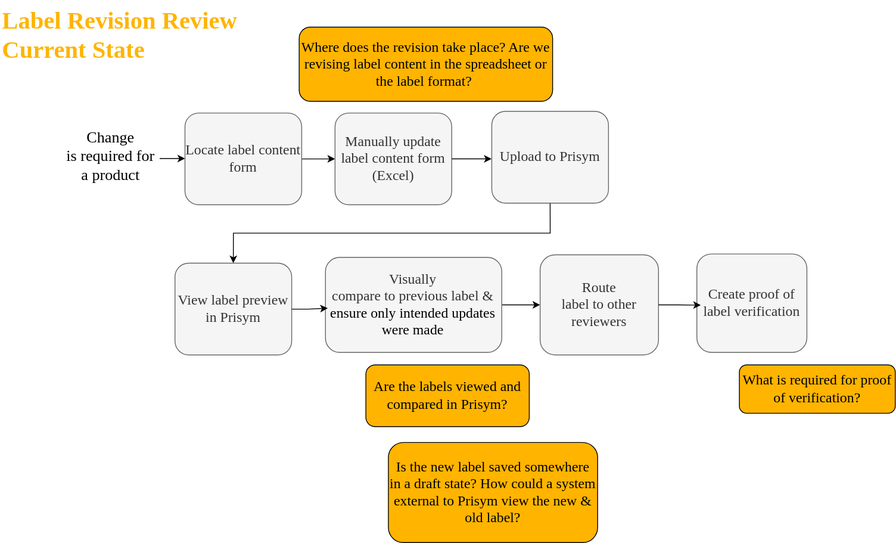
This is raw/Ortho Labeling Workflows.drawio.svg from keewonhong-slalom/StrykerFDE-Ortho, a draw.io export, as it was before one commit. Source tidied: cells renumbered, new cells last; positions are measured from the earlier drawing's top-left corner, leaving out a move shared by most shapes.
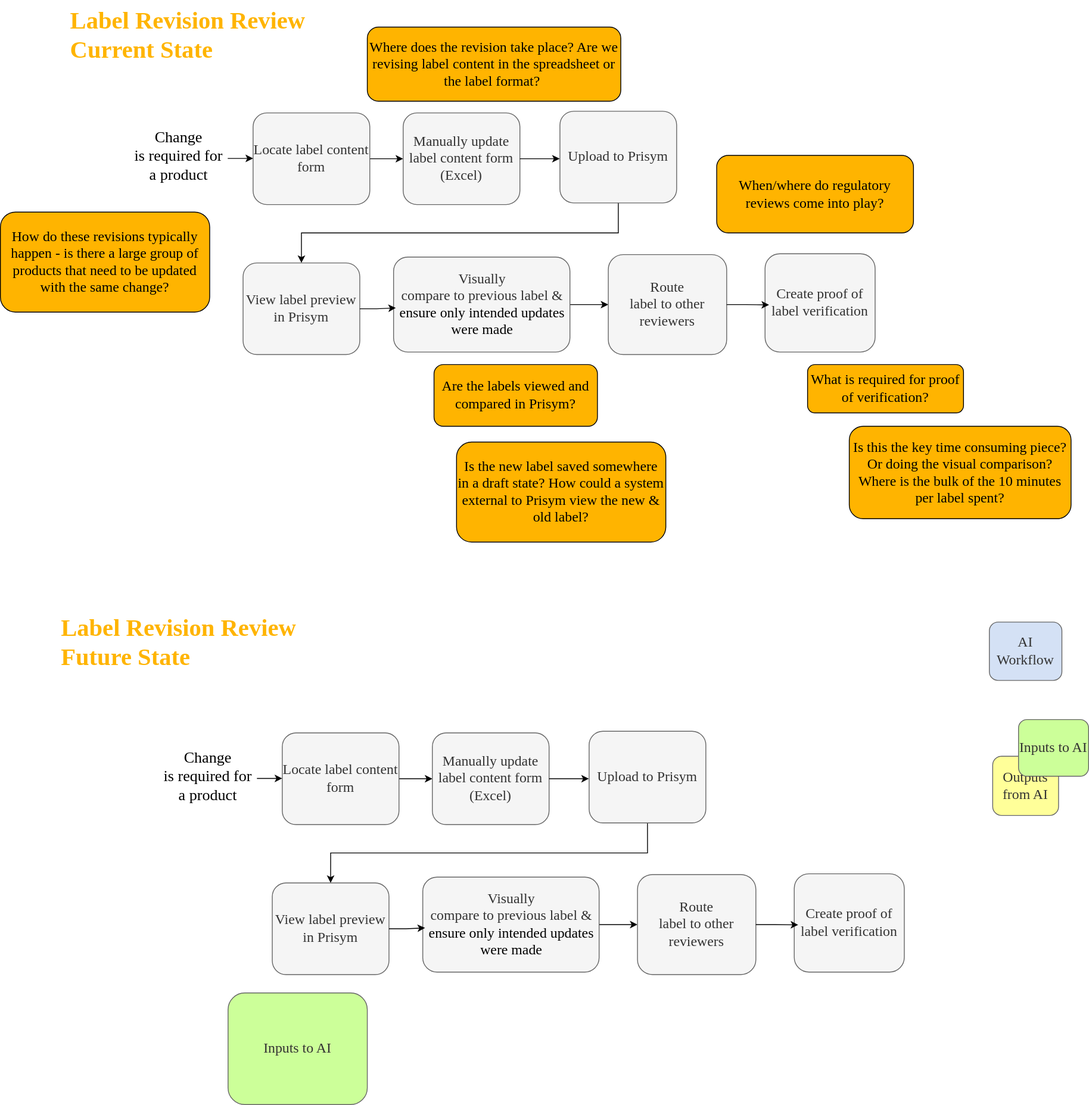
Later version of the same file.

Commit message:
vault backup: 2026-04-28 15:37:02

Affected files:
.obsidian/workspace.json
raw/Ortho Labeling Workflows.drawio.svg

Change to the diagram source:
```diff
@@ -62,5 +62,74 @@
     <mxCell id="21" value="Is the new label saved somewhere in a draft state? How could a system external to Prisym view the new &amp;amp; old label?" style="rounded=1;whiteSpace=wrap;html=1;labelBorderColor=none;labelBackgroundColor=none;fillColor=light-dark(#FFB400,#FFB400);gradientColor=none;fillStyle=solid;fontFamily=cambria;fontSize=17;" parent="1" vertex="1">
       <mxGeometry x="465" y="530" width="251" height="120" as="geometry" />
     </mxCell>
+    <mxCell id="22" value="How do these revisions typically happen - is there a large group of products that need to be updated with the same change?" style="rounded=1;whiteSpace=wrap;html=1;labelBorderColor=none;labelBackgroundColor=none;fillColor=light-dark(#FFB400,#FFB400);gradientColor=none;fillStyle=solid;fontFamily=cambria;fontSize=17;" parent="1" vertex="1">
+      <mxGeometry x="-82" y="254" width="251" height="120" as="geometry" />
+    </mxCell>
+    <mxCell id="23" value="&lt;p style=&quot;margin-top: 0pt; margin-bottom: 0pt; unicode-bidi: embed; vertical-align: baseline;&quot;&gt;&lt;font&gt;Label Revision Review&lt;/font&gt;&lt;/p&gt;&lt;p style=&quot;margin-top: 0pt; margin-bottom: 0pt; unicode-bidi: embed; vertical-align: baseline;&quot;&gt;&lt;font&gt;Future State&lt;/font&gt;&lt;/p&gt;" style="text;whiteSpace=wrap;html=1;fontFamily=cambria;fontSize=29;fontColor=light-dark(#FFB400,#FFB400);fontStyle=1;align=left;" parent="1" vertex="1">
+      <mxGeometry x="-11" y="729" width="319" height="39" as="geometry" />
+    </mxCell>
+    <mxCell id="24" value="When/where do regulatory reviews come into play?" style="rounded=1;whiteSpace=wrap;html=1;labelBorderColor=none;labelBackgroundColor=none;fillColor=light-dark(#FFB400,#FFB400);gradientColor=none;fillStyle=solid;fontFamily=cambria;fontSize=17;" parent="1" vertex="1">
+      <mxGeometry x="777" y="186" width="236" height="93" as="geometry" />
+    </mxCell>
+    <mxCell id="25" style="edgeStyle=orthogonalEdgeStyle;rounded=0;jettySize=auto;html=1;" parent="1" edge="1" source="26" target="28">
+      <mxGeometry relative="1" as="geometry" />
+    </mxCell>
+    <mxCell id="26" value="Locate label content form" style="rounded=1;whiteSpace=wrap;html=1;fillColor=#f5f5f5;fontColor=#333333;strokeColor=#666666;fontFamily=cambria;fontSize=17;" parent="1" vertex="1">
+      <mxGeometry x="256" y="879" width="140" height="110" as="geometry" />
+    </mxCell>
+    <mxCell id="27" value="&lt;p style=&quot;language:en-US;margin-top:0pt;margin-bottom:0pt;text-align:center;&#10;direction:ltr;unicode-bidi:embed;vertical-align:baseline&quot;&gt;&lt;span style=&quot;font-size:14.0pt;font-family:Cambria;mso-ascii-font-family:Cambria;&#10;mso-fareast-font-family:&amp;quot;MS PGothic&amp;quot;;mso-bidi-font-family:&amp;quot;MS PGothic&amp;quot;;&#10;color:black;mso-color-index:1;mso-font-kerning:12.0pt;language:en-US;&#10;mso-style-textfill-type:solid;mso-style-textfill-fill-themecolor:text1;&#10;mso-style-textfill-fill-color:black;mso-style-textfill-fill-alpha:100.0%&quot;&gt;Change&#10;is required for a product&lt;/span&gt;&lt;/p&gt;" style="text;whiteSpace=wrap;html=1;" parent="1" vertex="1">
+      <mxGeometry x="106" y="891" width="120" height="70" as="geometry" />
+    </mxCell>
+    <mxCell id="28" value="Manually update label content form (Excel)" style="rounded=1;whiteSpace=wrap;html=1;fillColor=#f5f5f5;fontColor=#333333;strokeColor=#666666;fontFamily=cambria;fontSize=17;" parent="1" vertex="1">
+      <mxGeometry x="436" y="879" width="140" height="110" as="geometry" />
+    </mxCell>
+    <mxCell id="29" style="edgeStyle=orthogonalEdgeStyle;rounded=0;jettySize=auto;html=1;entryX=0.5;entryY=0;entryDx=0;entryDy=0;exitX=0.5;exitY=1;exitDx=0;exitDy=0;" parent="1" edge="1" source="30" target="31">
+      <mxGeometry relative="1" as="geometry" />
+    </mxCell>
+    <mxCell id="30" value="Upload to Prisym" style="rounded=1;whiteSpace=wrap;html=1;fillColor=#f5f5f5;fontColor=#333333;strokeColor=#666666;fontFamily=cambria;fontSize=17;" parent="1" vertex="1">
+      <mxGeometry x="624" y="877" width="140" height="110" as="geometry" />
+    </mxCell>
+    <mxCell id="31" value="View label preview in Prisym" style="rounded=1;whiteSpace=wrap;html=1;fillColor=#f5f5f5;fontColor=#333333;strokeColor=#666666;fontFamily=cambria;fontSize=17;" parent="1" vertex="1">
+      <mxGeometry x="244" y="1059" width="140" height="110" as="geometry" />
+    </mxCell>
+    <mxCell id="32" style="edgeStyle=orthogonalEdgeStyle;rounded=0;jettySize=auto;html=1;entryX=0;entryY=0.5;entryDx=0;entryDy=0;" parent="1" edge="1" source="33" target="34">
+      <mxGeometry relative="1" as="geometry" />
+    </mxCell>
+    <mxCell id="33" value="&lt;p style=&quot;margin-top: 0pt; margin-bottom: 0pt; direction: ltr; unicode-bidi: embed; vertical-align: baseline;&quot;&gt;&lt;font&gt;&lt;span style=&quot;font-family: Cambria;&quot;&gt;Visually&lt;br&gt;compare to previous label &amp;amp; &lt;/span&gt;&lt;span style=&quot;font-family: Cambria; color: black;&quot;&gt;ensure only intended updates were made&lt;/span&gt;&lt;/font&gt;&lt;/p&gt;" style="rounded=1;whiteSpace=wrap;html=1;fillColor=#f5f5f5;fontColor=#333333;strokeColor=#666666;fontFamily=cambria;fontSize=17;" parent="1" vertex="1">
+      <mxGeometry x="424.5" y="1052" width="211.5" height="114" as="geometry" />
+    </mxCell>
+    <mxCell id="34" value="&lt;p style=&quot;margin-top: 0pt; margin-bottom: 0pt; direction: ltr; unicode-bidi: embed; vertical-align: baseline;&quot;&gt;&lt;span style=&quot;font-family: Cambria;&quot;&gt;&lt;font&gt;Route&lt;br&gt;label to other reviewers&lt;/font&gt;&lt;/span&gt;&lt;/p&gt;" style="rounded=1;whiteSpace=wrap;html=1;fillColor=#f5f5f5;fontColor=#333333;strokeColor=#666666;fontFamily=cambria;fontSize=17;" parent="1" vertex="1">
+      <mxGeometry x="682" y="1049" width="142" height="120" as="geometry" />
+    </mxCell>
+    <mxCell id="35" value="&lt;p style=&quot;margin-top: 0pt; margin-bottom: 0pt; direction: ltr; unicode-bidi: embed; vertical-align: baseline;&quot;&gt;&lt;font face=&quot;Cambria&quot;&gt;Create proof of label verification&lt;/font&gt;&lt;/p&gt;" style="rounded=1;whiteSpace=wrap;html=1;fillColor=#f5f5f5;fontColor=#333333;strokeColor=#666666;fontFamily=cambria;fontSize=17;" parent="1" vertex="1">
+      <mxGeometry x="870" y="1048" width="132" height="118" as="geometry" />
+    </mxCell>
+    <mxCell id="36" style="edgeStyle=orthogonalEdgeStyle;rounded=0;jettySize=auto;html=1;entryX=-0.002;entryY=0.518;entryDx=0;entryDy=0;entryPerimeter=0;" parent="1" edge="1" source="28" target="30">
+      <mxGeometry relative="1" as="geometry" />
+    </mxCell>
+    <mxCell id="37" style="edgeStyle=orthogonalEdgeStyle;rounded=0;jettySize=auto;html=1;entryX=0.013;entryY=0.535;entryDx=0;entryDy=0;entryPerimeter=0;" parent="1" edge="1" source="31" target="33">
+      <mxGeometry relative="1" as="geometry" />
+    </mxCell>
+    <mxCell id="38" style="edgeStyle=orthogonalEdgeStyle;rounded=0;jettySize=auto;html=1;entryX=0.036;entryY=0.52;entryDx=0;entryDy=0;entryPerimeter=0;" parent="1" edge="1" source="34" target="35">
+      <mxGeometry relative="1" as="geometry" />
+    </mxCell>
+    <mxCell id="39" style="edgeStyle=orthogonalEdgeStyle;rounded=0;jettySize=auto;html=1;entryX=0;entryY=0.5;entryDx=0;entryDy=0;exitX=0.997;exitY=0.609;exitDx=0;exitDy=0;exitPerimeter=0;" parent="1" edge="1" source="27" target="26">
+      <mxGeometry relative="1" as="geometry" />
+    </mxCell>
+    <mxCell id="40" value="Is this the key time consuming piece? Or doing the visual comparison? Where is the bulk of the 10 minutes per label spent?" style="rounded=1;whiteSpace=wrap;html=1;labelBorderColor=none;labelBackgroundColor=none;fillColor=light-dark(#FFB400,#FFB400);gradientColor=none;fillStyle=solid;fontFamily=cambria;fontSize=17;" parent="1" vertex="1">
+      <mxGeometry x="936" y="511" width="266" height="111" as="geometry" />
+    </mxCell>
+    <mxCell id="41" value="AI Workflow" style="rounded=1;whiteSpace=wrap;html=1;fillColor=#D4E1F5;fontColor=#333333;strokeColor=#666666;fontFamily=cambria;fontSize=17;" parent="1" vertex="1">
+      <mxGeometry x="1104" y="746" width="87" height="70" as="geometry" />
+    </mxCell>
+    <mxCell id="42" value="Inputs to AI" style="rounded=1;whiteSpace=wrap;html=1;fillColor=#CCFF99;fontColor=#333333;strokeColor=#666666;fontFamily=cambria;fontSize=17;" parent="1" vertex="1">
+      <mxGeometry x="191" y="1191" width="167" height="134" as="geometry" />
+    </mxCell>
+    <mxCell id="43" value="Outputs from AI" style="rounded=1;whiteSpace=wrap;html=1;fillColor=#FFFF99;fontColor=#333333;strokeColor=#666666;fontFamily=cambria;fontSize=17;" parent="1" vertex="1">
+      <mxGeometry x="1108" y="907" width="79" height="71" as="geometry" />
+    </mxCell>
+    <mxCell id="44" value="Inputs to AI" style="rounded=1;whiteSpace=wrap;html=1;fillColor=#CCFF99;fontColor=#333333;strokeColor=#666666;fontFamily=cambria;fontSize=17;" parent="1" vertex="1">
+      <mxGeometry x="1139" y="863" width="84" height="68" as="geometry" />
+    </mxCell>
   </root>
 </mxGraphModel>
```
